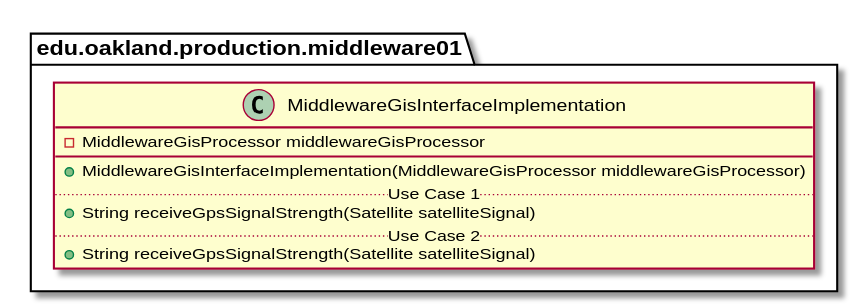
elilley15/csi-3370-software-project keeps this PlantUML diagram as docs/uml-class-diagrams/middleware01/production/MiddlewareGisInterfaceImplementation/MiddlewareGisInterfaceImplementation.svg. Above is the earlier version.
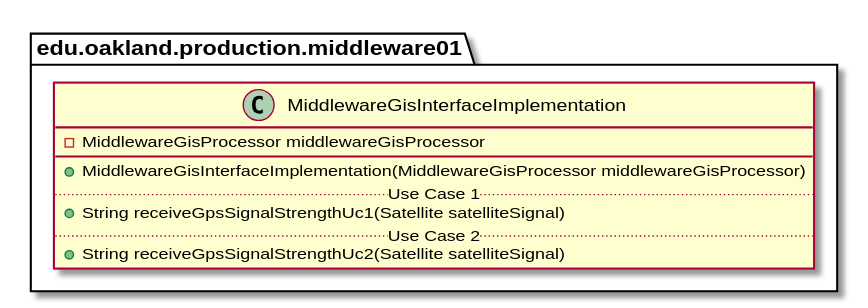
After the commit.

The edit, as a diff of the source:
```diff
@@ -6,9 +6,9 @@
         __
         + MiddlewareGisInterfaceImplementation(MiddlewareGisProcessor middlewareGisProcessor)
         .. Use Case 1 ..
-        + String receiveGpsSignalStrength(Satellite satelliteSignal)
+        + String receiveGpsSignalStrengthUc1(Satellite satelliteSignal)
         .. Use Case 2 ..
-        + String receiveGpsSignalStrength(Satellite satelliteSignal)
+        + String receiveGpsSignalStrengthUc2(Satellite satelliteSignal)
     }
 }
 
```
